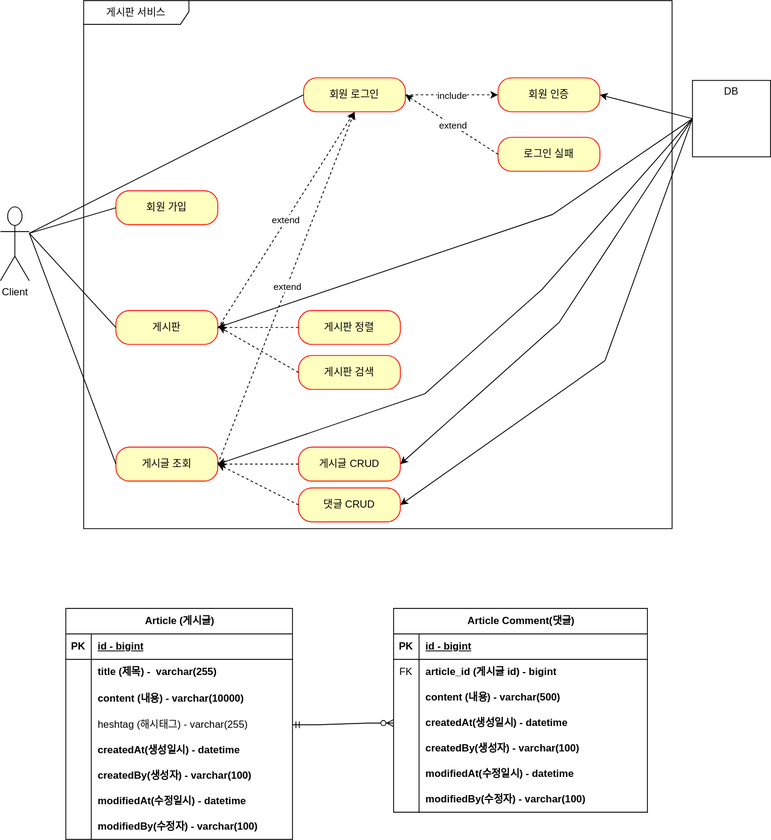
Earlier version of the draw.io export document/use-case.svg (illson97/100SOO). Source tidied: cells renumbered, new cells last; positions are measured from the earlier drawing's top-left corner, leaving out a move shared by most shapes.
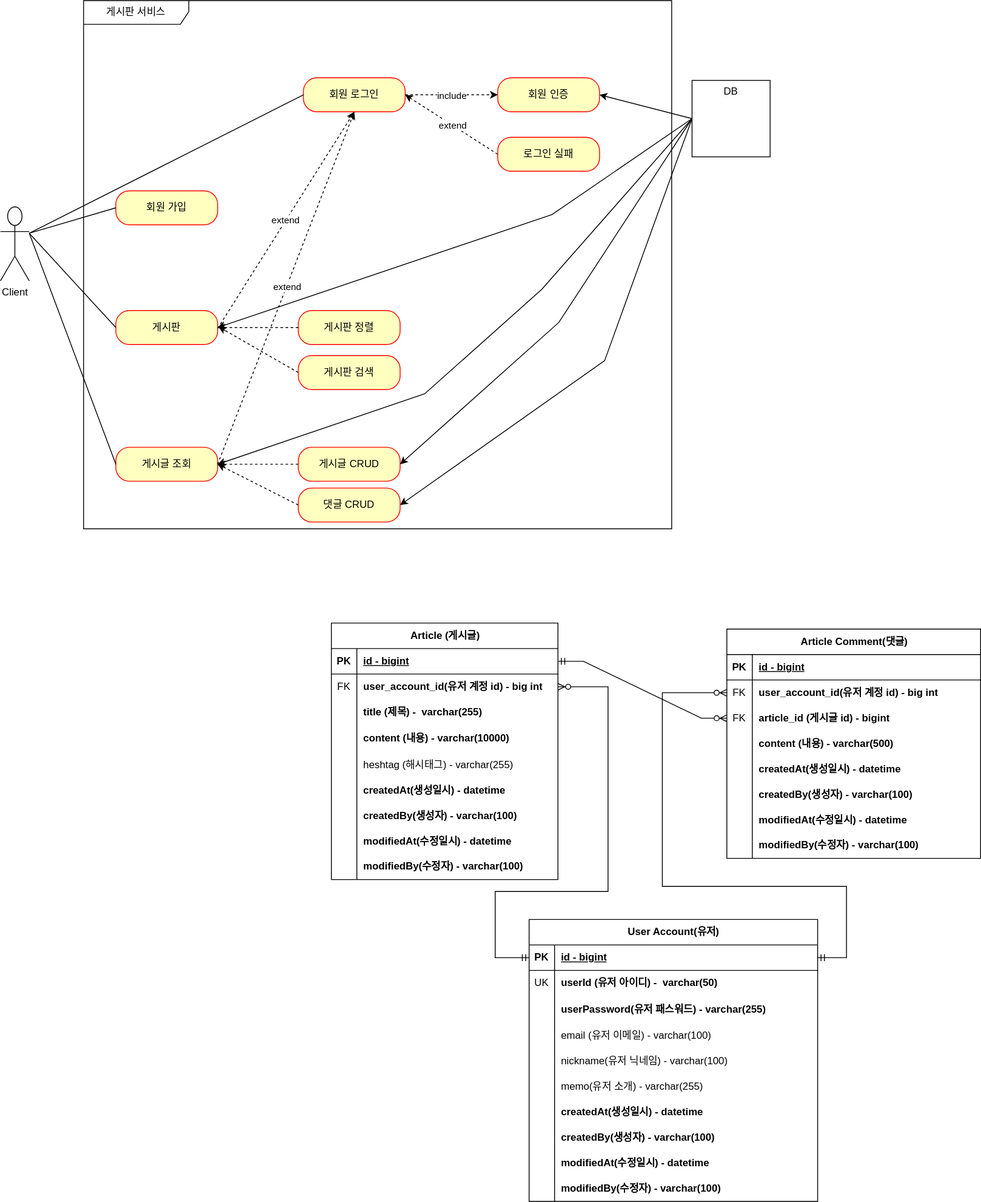
Above is the later version.

Commit message:
#16 - use-case 유저 ERD 추가

What changed in the source:
```diff
@@ -141,3 +141,3 @@
     <mxCell id="37" value="Article (게시글)" style="shape=table;startSize=30;rowLines=0;fontStyle=1;align=center;html=1;" parent="1" vertex="1">
-      <mxGeometry x="77" y="716" width="267" height="272" as="geometry" />
+      <mxGeometry x="390" y="733" width="267" height="302" as="geometry" />
     </mxCell>
@@ -155,10 +155,19 @@
     </mxCell>
-    <mxCell id="42" style="shape=partialRectangle;fillColor=none;top=0;left=0;bottom=0;right=0;overflow=hidden;whiteSpace=wrap;html=1;" parent="41" vertex="1">
+    <mxCell id="42" value="FK" style="shape=partialRectangle;fillColor=none;top=0;left=0;bottom=0;right=0;overflow=hidden;whiteSpace=wrap;html=1;" parent="41" vertex="1">
       <mxGeometry width="30" height="30" as="geometry" />
     </mxCell>
-    <mxCell id="43" value="title (제목) -&amp;nbsp; varchar(255)" style="shape=partialRectangle;fillColor=none;top=0;left=0;bottom=0;right=0;align=left;spacingLeft=6;overflow=hidden;whiteSpace=wrap;html=1;fontStyle=1;" parent="41" vertex="1">
+    <mxCell id="43" value="user_account_id(유저 계정 id) - big int" style="shape=partialRectangle;fillColor=none;top=0;left=0;bottom=0;right=0;align=left;spacingLeft=6;overflow=hidden;whiteSpace=wrap;html=1;fontStyle=1;" parent="41" vertex="1">
       <mxGeometry x="30" width="237" height="30" as="geometry" />
     </mxCell>
+    <mxCell id="85" style="shape=tableRow;horizontal=0;startSize=0;swimlaneHead=0;swimlaneBody=0;fillColor=none;top=0;left=0;right=0;bottom=0;" parent="37" vertex="1">
+      <mxGeometry y="90" width="267" height="30" as="geometry" />
+    </mxCell>
+    <mxCell id="86" style="shape=partialRectangle;fillColor=none;top=0;left=0;bottom=0;right=0;overflow=hidden;whiteSpace=wrap;html=1;" parent="85" vertex="1">
+      <mxGeometry width="30" height="30" as="geometry" />
+    </mxCell>
+    <mxCell id="87" value="title (제목) -&amp;nbsp; varchar(255)" style="shape=partialRectangle;fillColor=none;top=0;left=0;bottom=0;right=0;align=left;spacingLeft=6;overflow=hidden;whiteSpace=wrap;html=1;fontStyle=1;" parent="85" vertex="1">
+      <mxGeometry x="30" width="237" height="30" as="geometry" />
+    </mxCell>
     <mxCell id="44" style="shape=tableRow;horizontal=0;startSize=0;swimlaneHead=0;swimlaneBody=0;fillColor=none;top=0;left=0;right=0;bottom=0;" parent="37" vertex="1">
-      <mxGeometry y="90" width="267" height="32" as="geometry" />
+      <mxGeometry y="120" width="267" height="32" as="geometry" />
     </mxCell>
@@ -171,3 +180,3 @@
     <mxCell id="47" style="shape=tableRow;horizontal=0;startSize=0;swimlaneHead=0;swimlaneBody=0;fillColor=none;points=[[0,0.5],[1,0.5]];portConstraint=eastwest;top=0;left=0;right=0;bottom=0;" parent="37" vertex="1">
-      <mxGeometry y="122" width="267" height="30" as="geometry" />
+      <mxGeometry y="152" width="267" height="30" as="geometry" />
     </mxCell>
@@ -180,3 +189,3 @@
     <mxCell id="50" style="shape=tableRow;horizontal=0;startSize=0;swimlaneHead=0;swimlaneBody=0;fillColor=none;top=0;left=0;right=0;bottom=0;" parent="37" vertex="1">
-      <mxGeometry y="152" width="267" height="30" as="geometry" />
+      <mxGeometry y="182" width="267" height="30" as="geometry" />
     </mxCell>
@@ -189,3 +198,3 @@
     <mxCell id="53" style="shape=tableRow;horizontal=0;startSize=0;swimlaneHead=0;swimlaneBody=0;fillColor=none;top=0;left=0;right=0;bottom=0;" parent="37" vertex="1">
-      <mxGeometry y="182" width="267" height="30" as="geometry" />
+      <mxGeometry y="212" width="267" height="30" as="geometry" />
     </mxCell>
@@ -198,3 +207,3 @@
     <mxCell id="56" style="shape=tableRow;horizontal=0;startSize=0;swimlaneHead=0;swimlaneBody=0;fillColor=none;top=0;left=0;right=0;bottom=0;" parent="37" vertex="1">
-      <mxGeometry y="212" width="267" height="30" as="geometry" />
+      <mxGeometry y="242" width="267" height="30" as="geometry" />
     </mxCell>
@@ -207,3 +216,3 @@
     <mxCell id="59" style="shape=tableRow;horizontal=0;startSize=0;swimlaneHead=0;swimlaneBody=0;fillColor=none;top=0;left=0;right=0;bottom=0;" parent="37" vertex="1">
-      <mxGeometry y="242" width="267" height="30" as="geometry" />
+      <mxGeometry y="272" width="267" height="30" as="geometry" />
     </mxCell>
@@ -216,3 +225,3 @@
     <mxCell id="62" value="Article Comment(댓글)" style="shape=table;startSize=30;rowLines=0;fontStyle=1;align=center;html=1;" parent="1" vertex="1">
-      <mxGeometry x="463" y="716" width="299" height="240" as="geometry" />
+      <mxGeometry x="856" y="740" width="299" height="270" as="geometry" />
     </mxCell>
@@ -233,7 +242,16 @@
     </mxCell>
-    <mxCell id="68" value="article_id (게시글 id) - bigint" style="shape=partialRectangle;fillColor=none;top=0;left=0;bottom=0;right=0;align=left;spacingLeft=6;overflow=hidden;whiteSpace=wrap;html=1;fontStyle=1;strokeWidth=1;" parent="66" vertex="1">
+    <mxCell id="68" value="user_account_id(유저 계정 id) - big int" style="shape=partialRectangle;fillColor=none;top=0;left=0;bottom=0;right=0;align=left;spacingLeft=6;overflow=hidden;whiteSpace=wrap;html=1;fontStyle=1;strokeWidth=1;" parent="66" vertex="1">
       <mxGeometry x="30" width="269" height="30" as="geometry" />
     </mxCell>
+    <mxCell id="88" style="shape=tableRow;horizontal=0;startSize=0;swimlaneHead=0;swimlaneBody=0;fillColor=none;points=[[0,0.5],[1,0.5]];portConstraint=eastwest;top=0;left=0;right=0;bottom=0;" parent="62" vertex="1">
+      <mxGeometry y="90" width="299" height="30" as="geometry" />
+    </mxCell>
+    <mxCell id="89" value="FK" style="shape=partialRectangle;fillColor=none;top=0;left=0;bottom=0;right=0;overflow=hidden;whiteSpace=wrap;html=1;" parent="88" vertex="1">
+      <mxGeometry width="30" height="30" as="geometry" />
+    </mxCell>
+    <mxCell id="90" value="article_id (게시글 id) - bigint" style="shape=partialRectangle;fillColor=none;top=0;left=0;bottom=0;right=0;align=left;spacingLeft=6;overflow=hidden;whiteSpace=wrap;html=1;fontStyle=1;strokeWidth=1;" parent="88" vertex="1">
+      <mxGeometry x="30" width="269" height="30" as="geometry" />
+    </mxCell>
     <mxCell id="69" style="shape=tableRow;horizontal=0;startSize=0;swimlaneHead=0;swimlaneBody=0;fillColor=none;top=0;left=0;right=0;bottom=0;" parent="62" vertex="1">
-      <mxGeometry y="90" width="299" height="30" as="geometry" />
+      <mxGeometry y="120" width="299" height="30" as="geometry" />
     </mxCell>
@@ -246,3 +264,3 @@
     <mxCell id="72" style="shape=tableRow;horizontal=0;startSize=0;swimlaneHead=0;swimlaneBody=0;fillColor=none;points=[[0,0.5],[1,0.5]];portConstraint=eastwest;top=0;left=0;right=0;bottom=0;" parent="62" vertex="1">
-      <mxGeometry y="120" width="299" height="30" as="geometry" />
+      <mxGeometry y="150" width="299" height="30" as="geometry" />
     </mxCell>
@@ -255,3 +273,3 @@
     <mxCell id="75" style="shape=tableRow;horizontal=0;startSize=0;swimlaneHead=0;swimlaneBody=0;fillColor=none;top=0;left=0;right=0;bottom=0;" parent="62" vertex="1">
-      <mxGeometry y="150" width="299" height="30" as="geometry" />
+      <mxGeometry y="180" width="299" height="30" as="geometry" />
     </mxCell>
@@ -264,3 +282,3 @@
     <mxCell id="78" style="shape=tableRow;horizontal=0;startSize=0;swimlaneHead=0;swimlaneBody=0;fillColor=none;top=0;left=0;right=0;bottom=0;" parent="62" vertex="1">
-      <mxGeometry y="180" width="299" height="30" as="geometry" />
+      <mxGeometry y="210" width="299" height="30" as="geometry" />
     </mxCell>
@@ -273,3 +291,3 @@
     <mxCell id="81" style="shape=tableRow;horizontal=0;startSize=0;swimlaneHead=0;swimlaneBody=0;fillColor=none;top=0;left=0;right=0;bottom=0;" parent="62" vertex="1">
-      <mxGeometry y="210" width="299" height="30" as="geometry" />
+      <mxGeometry y="240" width="299" height="30" as="geometry" />
     </mxCell>
@@ -281,5 +299,118 @@
     </mxCell>
-    <mxCell id="84" style="edgeStyle=entityRelationEdgeStyle;fontSize=12;html=1;endArrow=ERzeroToMany;startArrow=ERmandOne;rounded=0;exitX=1;exitY=0.5;exitDx=0;exitDy=0;entryX=0;entryY=0.5;entryDx=0;entryDy=0;" parent="1" edge="1" source="47" target="72">
+    <mxCell id="84" style="edgeStyle=entityRelationEdgeStyle;fontSize=12;html=1;endArrow=ERzeroToMany;startArrow=ERmandOne;rounded=0;exitX=1;exitY=0.5;exitDx=0;exitDy=0;" parent="1" edge="1" source="38" target="88">
       <mxGeometry relative="1" as="geometry" />
     </mxCell>
+    <mxCell id="91" value="User Account(유저)" style="shape=table;startSize=30;rowLines=0;fontStyle=1;align=center;html=1;" parent="1" vertex="1">
+      <mxGeometry x="623" y="1082" width="340" height="332" as="geometry" />
+    </mxCell>
+    <mxCell id="92" style="shape=tableRow;horizontal=0;startSize=0;swimlaneHead=0;swimlaneBody=0;fillColor=none;points=[[0,0.5],[1,0.5]];portConstraint=eastwest;top=0;left=0;right=0;bottom=1;" parent="91" vertex="1">
+      <mxGeometry y="30" width="340" height="30" as="geometry" />
+    </mxCell>
+    <mxCell id="93" value="PK" style="shape=partialRectangle;fillColor=none;top=0;left=0;bottom=0;right=0;fontStyle=1;overflow=hidden;whiteSpace=wrap;html=1;" parent="92" vertex="1">
+      <mxGeometry width="30" height="30" as="geometry" />
+    </mxCell>
+    <mxCell id="94" value="id - bigint" style="shape=partialRectangle;fillColor=none;top=0;left=0;bottom=0;right=0;align=left;spacingLeft=6;fontStyle=5;overflow=hidden;whiteSpace=wrap;html=1;" parent="92" vertex="1">
+      <mxGeometry x="30" width="310" height="30" as="geometry" />
+    </mxCell>
+    <mxCell id="95" style="shape=tableRow;horizontal=0;startSize=0;swimlaneHead=0;swimlaneBody=0;fillColor=none;top=0;left=0;right=0;bottom=0;" parent="91" vertex="1">
+      <mxGeometry y="60" width="340" height="30" as="geometry" />
+    </mxCell>
+    <mxCell id="96" value="UK" style="shape=partialRectangle;fillColor=none;top=0;left=0;bottom=0;right=0;overflow=hidden;whiteSpace=wrap;html=1;" parent="95" vertex="1">
+      <mxGeometry width="30" height="30" as="geometry" />
+    </mxCell>
+    <mxCell id="97" value="userId (유저 아이디) -&amp;nbsp; varchar(50)" style="shape=partialRectangle;fillColor=none;top=0;left=0;bottom=0;right=0;align=left;spacingLeft=6;overflow=hidden;whiteSpace=wrap;html=1;fontStyle=1;" parent="95" vertex="1">
+      <mxGeometry x="30" width="310" height="30" as="geometry" />
+    </mxCell>
+    <mxCell id="98" style="shape=tableRow;horizontal=0;startSize=0;swimlaneHead=0;swimlaneBody=0;fillColor=none;top=0;left=0;right=0;bottom=0;" parent="91" vertex="1">
+      <mxGeometry y="90" width="340" height="32" as="geometry" />
+    </mxCell>
+    <mxCell id="99" style="shape=partialRectangle;fillColor=none;top=0;left=0;bottom=0;right=0;overflow=hidden;whiteSpace=wrap;html=1;" parent="98" vertex="1">
+      <mxGeometry width="30" height="32" as="geometry" />
+    </mxCell>
+    <mxCell id="100" value="userPassword(유저 패스워드) - varchar(255)" style="shape=partialRectangle;fillColor=none;top=0;left=0;bottom=0;right=0;align=left;spacingLeft=6;overflow=hidden;whiteSpace=wrap;html=1;fontStyle=1;" parent="98" vertex="1">
+      <mxGeometry x="30" width="310" height="32" as="geometry" />
+    </mxCell>
+    <mxCell id="101" style="shape=tableRow;horizontal=0;startSize=0;swimlaneHead=0;swimlaneBody=0;fillColor=none;top=0;left=0;right=0;bottom=0;" parent="91" vertex="1">
+      <mxGeometry y="122" width="340" height="30" as="geometry" />
+    </mxCell>
+    <mxCell id="102" value="&lt;br&gt;" style="shape=partialRectangle;fillColor=none;top=0;left=0;bottom=0;right=0;overflow=hidden;whiteSpace=wrap;html=1;" parent="101" vertex="1">
+      <mxGeometry width="30" height="30" as="geometry" />
+    </mxCell>
+    <mxCell id="103" value="email (유저 이메일) -&amp;nbsp;varchar(100)" style="shape=partialRectangle;fillColor=none;top=0;left=0;bottom=0;right=0;align=left;spacingLeft=6;overflow=hidden;whiteSpace=wrap;html=1;" parent="101" vertex="1">
+      <mxGeometry x="30" width="310" height="30" as="geometry" />
+    </mxCell>
+    <mxCell id="104" style="shape=tableRow;horizontal=0;startSize=0;swimlaneHead=0;swimlaneBody=0;fillColor=none;top=0;left=0;right=0;bottom=0;" parent="91" vertex="1">
+      <mxGeometry y="152" width="340" height="30" as="geometry" />
+    </mxCell>
+    <mxCell id="105" value="&lt;br&gt;" style="shape=partialRectangle;fillColor=none;top=0;left=0;bottom=0;right=0;overflow=hidden;whiteSpace=wrap;html=1;" parent="104" vertex="1">
+      <mxGeometry width="30" height="30" as="geometry" />
+    </mxCell>
+    <mxCell id="106" value="nickname(유저 닉네임) -&amp;nbsp;varchar(100)" style="shape=partialRectangle;fillColor=none;top=0;left=0;bottom=0;right=0;align=left;spacingLeft=6;overflow=hidden;whiteSpace=wrap;html=1;" parent="104" vertex="1">
+      <mxGeometry x="30" width="310" height="30" as="geometry" />
+    </mxCell>
+    <mxCell id="107" style="shape=tableRow;horizontal=0;startSize=0;swimlaneHead=0;swimlaneBody=0;fillColor=none;top=0;left=0;right=0;bottom=0;" parent="91" vertex="1">
+      <mxGeometry y="182" width="340" height="30" as="geometry" />
+    </mxCell>
+    <mxCell id="108" value="&lt;br&gt;" style="shape=partialRectangle;fillColor=none;top=0;left=0;bottom=0;right=0;overflow=hidden;whiteSpace=wrap;html=1;" parent="107" vertex="1">
+      <mxGeometry width="30" height="30" as="geometry" />
+    </mxCell>
+    <mxCell id="109" value="memo(유저 소개) -&amp;nbsp;varchar(255)" style="shape=partialRectangle;fillColor=none;top=0;left=0;bottom=0;right=0;align=left;spacingLeft=6;overflow=hidden;whiteSpace=wrap;html=1;" parent="107" vertex="1">
+      <mxGeometry x="30" width="310" height="30" as="geometry" />
+    </mxCell>
+    <mxCell id="110" style="shape=tableRow;horizontal=0;startSize=0;swimlaneHead=0;swimlaneBody=0;fillColor=none;top=0;left=0;right=0;bottom=0;" parent="91" vertex="1">
+      <mxGeometry y="212" width="340" height="30" as="geometry" />
+    </mxCell>
+    <mxCell id="111" style="shape=partialRectangle;fillColor=none;top=0;left=0;bottom=0;right=0;overflow=hidden;whiteSpace=wrap;html=1;" parent="110" vertex="1">
+      <mxGeometry width="30" height="30" as="geometry" />
+    </mxCell>
+    <mxCell id="112" value="createdAt(생성일시) - datetime" style="shape=partialRectangle;fillColor=none;top=0;left=0;bottom=0;right=0;align=left;spacingLeft=6;overflow=hidden;whiteSpace=wrap;html=1;fontStyle=1;" parent="110" vertex="1">
+      <mxGeometry x="30" width="310" height="30" as="geometry" />
+    </mxCell>
+    <mxCell id="113" style="shape=tableRow;horizontal=0;startSize=0;swimlaneHead=0;swimlaneBody=0;fillColor=none;top=0;left=0;right=0;bottom=0;" parent="91" vertex="1">
+      <mxGeometry y="242" width="340" height="30" as="geometry" />
+    </mxCell>
+    <mxCell id="114" style="shape=partialRectangle;fillColor=none;top=0;left=0;bottom=0;right=0;overflow=hidden;whiteSpace=wrap;html=1;" parent="113" vertex="1">
+      <mxGeometry width="30" height="30" as="geometry" />
+    </mxCell>
+    <mxCell id="115" value="createdBy(생성자) - varchar(100)" style="shape=partialRectangle;fillColor=none;top=0;left=0;bottom=0;right=0;align=left;spacingLeft=6;overflow=hidden;whiteSpace=wrap;html=1;fontStyle=1;" parent="113" vertex="1">
+      <mxGeometry x="30" width="310" height="30" as="geometry" />
+    </mxCell>
+    <mxCell id="116" style="shape=tableRow;horizontal=0;startSize=0;swimlaneHead=0;swimlaneBody=0;fillColor=none;top=0;left=0;right=0;bottom=0;" parent="91" vertex="1">
+      <mxGeometry y="272" width="340" height="30" as="geometry" />
+    </mxCell>
+    <mxCell id="117" style="shape=partialRectangle;fillColor=none;top=0;left=0;bottom=0;right=0;overflow=hidden;whiteSpace=wrap;html=1;" parent="116" vertex="1">
+      <mxGeometry width="30" height="30" as="geometry" />
+    </mxCell>
+    <mxCell id="118" value="modifiedAt(수정일시) - datetime" style="shape=partialRectangle;fillColor=none;top=0;left=0;bottom=0;right=0;align=left;spacingLeft=6;overflow=hidden;whiteSpace=wrap;html=1;fontStyle=1;" parent="116" vertex="1">
+      <mxGeometry x="30" width="310" height="30" as="geometry" />
+    </mxCell>
+    <mxCell id="119" style="shape=tableRow;horizontal=0;startSize=0;swimlaneHead=0;swimlaneBody=0;fillColor=none;top=0;left=0;right=0;bottom=0;" parent="91" vertex="1">
+      <mxGeometry y="302" width="340" height="30" as="geometry" />
+    </mxCell>
+    <mxCell id="120" style="shape=partialRectangle;fillColor=none;top=0;left=0;bottom=0;right=0;overflow=hidden;whiteSpace=wrap;html=1;" parent="119" vertex="1">
+      <mxGeometry width="30" height="30" as="geometry" />
+    </mxCell>
+    <mxCell id="121" value="modifiedBy(수정자) - varchar(100)" style="shape=partialRectangle;fillColor=none;top=0;left=0;bottom=0;right=0;align=left;spacingLeft=6;overflow=hidden;whiteSpace=wrap;html=1;fontStyle=1;" parent="119" vertex="1">
+      <mxGeometry x="30" width="310" height="30" as="geometry" />
+    </mxCell>
+    <mxCell id="122" style="edgeStyle=orthogonalEdgeStyle;fontSize=12;html=1;endArrow=ERzeroToMany;startArrow=ERmandOne;rounded=0;" parent="1" edge="1" source="92" target="66">
+      <mxGeometry relative="1" as="geometry">
+        <Array as="points">
+          <mxPoint x="997" y="1127" />
+          <mxPoint x="997" y="1043" />
+          <mxPoint x="780" y="1043" />
+          <mxPoint x="780" y="815" />
+        </Array>
+      </mxGeometry>
+    </mxCell>
+    <mxCell id="123" style="edgeStyle=orthogonalEdgeStyle;fontSize=12;html=1;endArrow=ERzeroToMany;startArrow=ERmandOne;rounded=0;" parent="1" edge="1" source="92" target="41">
+      <mxGeometry relative="1" as="geometry">
+        <Array as="points">
+          <mxPoint x="583" y="1127" />
+          <mxPoint x="583" y="1049" />
+          <mxPoint x="716" y="1049" />
+          <mxPoint x="716" y="808" />
+        </Array>
+      </mxGeometry>
+    </mxCell>
   </root>
```
